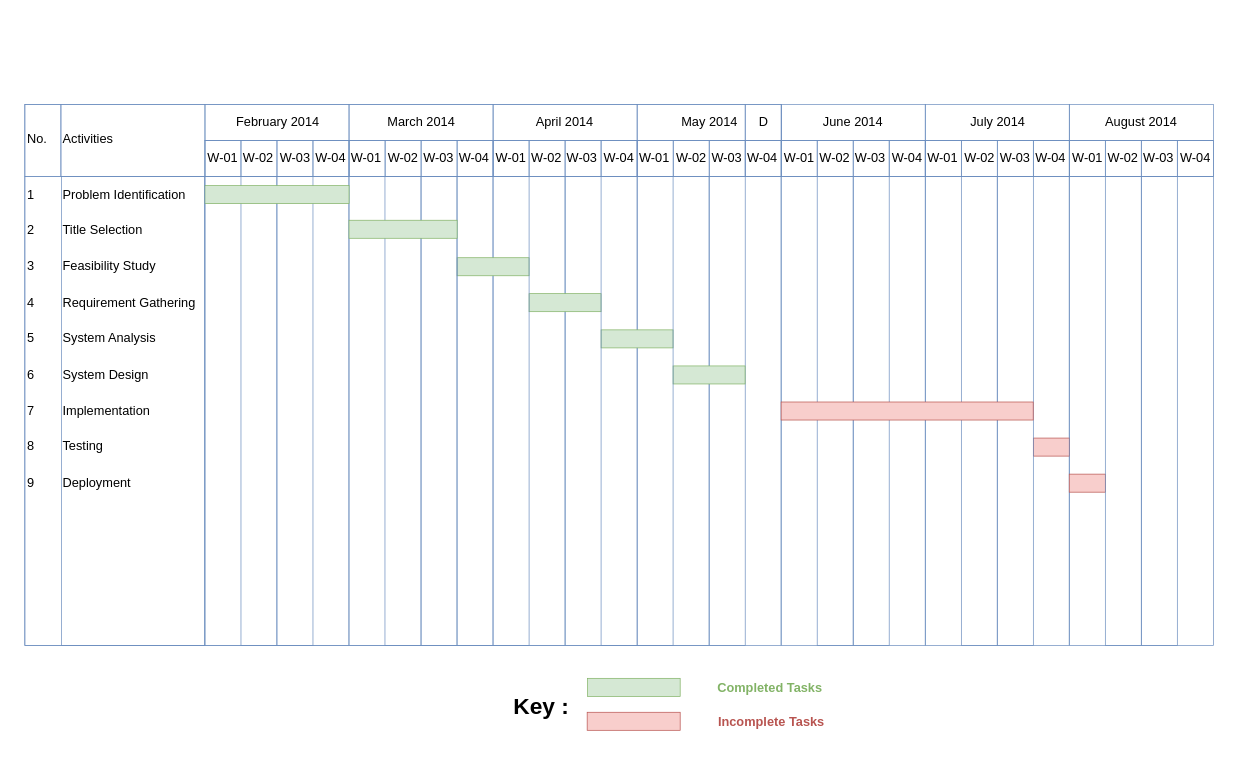
Earlier version of the draw.io diagram Gantt Chart Diagram.drawio (fasil712/UML_Diagram_Design). Source tidied: cells renumbered, new cells numbered last; positions are measured from the earlier drawing's top-left corner, leaving out a move shared by most shapes. Both pictures are drawn from the tidied source at 142%, with x=0, y=0 at pixel (24, 24).
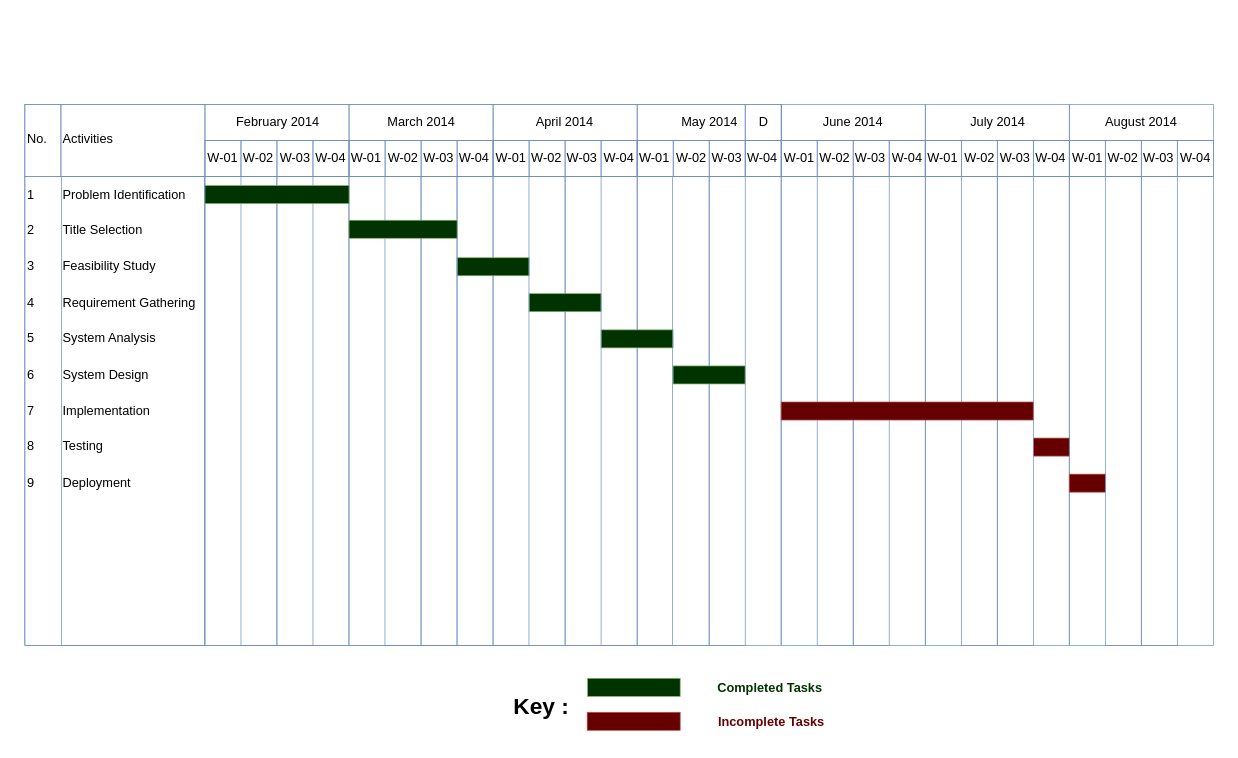
The same page after the edit.

The change refers to these unchanged cells:
```xml
<mxCell id="2" style="group;" parent="1" vertex="1">
  <mxGeometry width="837" height="499" as="geometry" />
</mxCell>
<mxCell id="3" style="group;fontSize=9;" parent="2" vertex="1">
  <mxGeometry y="56" width="837" height="381" as="geometry" />
</mxCell>
<mxCell id="4" style="group;fillColor=none;fontSize=9;" parent="3" vertex="1">
  <mxGeometry width="837" height="381" as="geometry" />
</mxCell>
<mxCell id="5" style="strokeWidth=0.5;shadow=0;dashed=0;align=left;html=1;shape=mxgraph.mockup.graphics.rrect;rSize=0;strokeColor=#6c8ebf;rounded=0;fontSize=9;fillColor=none;fontStyle=0;" parent="4" vertex="1">
  <mxGeometry width="507.3" height="381" as="geometry" />
</mxCell>
<mxCell id="101" style="group;" parent="2" vertex="1">
  <mxGeometry x="396" y="458" width="174.3" height="41" as="geometry" />
</mxCell>
```

Change to the diagram source:
```diff
@@
-    <mxCell id="22" style="strokeWidth=0.5;shadow=0;dashed=0;align=left;html=1;shape=mxgraph.mockup.graphics.rrect;rSize=0;strokeColor=#82b366;fillColor=#d5e8d4;rounded=0;fontSize=9;fontStyle=0;" parent="5" vertex="1">
+    <mxCell id="22" style="strokeWidth=0.5;shadow=0;dashed=0;align=left;html=1;shape=mxgraph.mockup.graphics.rrect;rSize=0;strokeColor=#82b366;fillColor=#003300;rounded=0;fontSize=9;fontStyle=0;" parent="5" vertex="1">
       <mxGeometry x="304.4" y="108" width="50.7" height="12.7" as="geometry" />
     </mxCell>
-    <mxCell id="23" style="strokeWidth=0.5;shadow=0;dashed=0;align=left;html=1;shape=mxgraph.mockup.graphics.rrect;rSize=0;strokeColor=#82b366;fillColor=#d5e8d4;rounded=0;fontSize=9;fontStyle=0;" parent="5" vertex="1">
+    <mxCell id="23" style="strokeWidth=0.5;shadow=0;dashed=0;align=left;html=1;shape=mxgraph.mockup.graphics.rrect;rSize=0;strokeColor=#82b366;fillColor=#003300;rounded=0;fontSize=9;fontStyle=0;" parent="5" vertex="1">
       <mxGeometry x="355.1" y="133.3" width="50.7" height="12.7" as="geometry" />
     </mxCell>
@@
-    <mxCell id="56" style="strokeWidth=0.5;shadow=0;dashed=0;align=left;html=1;shape=mxgraph.mockup.graphics.rrect;rSize=0;strokeColor=#82b366;fillColor=#d5e8d4;rounded=0;fontSize=9;fontStyle=0;" parent="4" vertex="1">
+    <mxCell id="56" style="strokeWidth=0.5;shadow=0;dashed=0;align=left;html=1;shape=mxgraph.mockup.graphics.rrect;rSize=0;strokeColor=#82b366;fillColor=#003300;rounded=0;fontSize=9;fontStyle=0;" parent="4" vertex="1">
       <mxGeometry x="405.8" y="158.8" width="50.7" height="12.7" as="geometry" />
     </mxCell>
-    <mxCell id="57" style="strokeWidth=0.5;shadow=0;dashed=0;align=left;html=1;shape=mxgraph.mockup.graphics.rrect;rSize=0;strokeColor=#82b366;fillColor=#d5e8d4;rounded=0;fontSize=9;fontStyle=0;" parent="4" vertex="1">
+    <mxCell id="57" style="strokeWidth=0.5;shadow=0;dashed=0;align=left;html=1;shape=mxgraph.mockup.graphics.rrect;rSize=0;strokeColor=#82b366;fillColor=#003300;rounded=0;fontSize=9;fontStyle=0;" parent="4" vertex="1">
       <mxGeometry x="456.5" y="184.2" width="50.7" height="12.7" as="geometry" />
     </mxCell>
-    <mxCell id="58" style="strokeWidth=0.5;shadow=0;dashed=0;align=left;html=1;shape=mxgraph.mockup.graphics.rrect;rSize=0;strokeColor=#b85450;fillColor=#f8cecc;rounded=0;fontSize=9;fontStyle=0;" parent="4" vertex="1">
+    <mxCell id="58" style="strokeWidth=0.5;shadow=0;dashed=0;align=left;html=1;shape=mxgraph.mockup.graphics.rrect;rSize=0;strokeColor=#b85450;fillColor=#660000;rounded=0;fontSize=9;fontStyle=0;" parent="4" vertex="1">
       <mxGeometry x="710.2" y="235" width="25.4" height="12.7" as="geometry" />
     </mxCell>
@@
-    <mxCell id="89" style="strokeWidth=0.5;shadow=0;dashed=0;align=left;html=1;shape=mxgraph.mockup.graphics.rrect;rSize=0;strokeColor=#b85450;fillColor=#f8cecc;rounded=0;fontSize=9;fontStyle=0;" parent="3" vertex="1">
+    <mxCell id="89" style="strokeWidth=0.5;shadow=0;dashed=0;align=left;html=1;shape=mxgraph.mockup.graphics.rrect;rSize=0;strokeColor=#b85450;fillColor=#660000;rounded=0;fontSize=9;fontStyle=0;" parent="3" vertex="1">
       <mxGeometry x="735.5" y="260.4" width="25.4" height="12.7" as="geometry" />
     </mxCell>
@@
     <mxCell id="92" style="strokeColor=#6c8ebf;fillColor=none;strokeWidth=0.5;shadow=0;dashed=0;align=left;html=1;shape=mxgraph.mockup.graphics.rrect;rSize=0;rounded=0;fontSize=9;fontStyle=0;" parent="3" vertex="1">
-      <mxGeometry x="304.4" y="50.8" width="50.7" height="330.2" as="geometry" />
+      <mxGeometry x="304.4" y="50.8" width="50.6" height="330.2" as="geometry" />
     </mxCell>
     <mxCell id="93" style="strokeColor=#6c8ebf;fillColor=none;strokeWidth=0.5;shadow=0;dashed=0;align=left;html=1;shape=mxgraph.mockup.graphics.rrect;rSize=0;rounded=0;fontSize=9;fontStyle=0;" parent="3" vertex="1">
-      <mxGeometry x="405.8" y="50.8" width="50.7" height="330.2" as="geometry" />
+      <mxGeometry x="405.8" y="50.8" width="50.2" height="330.2" as="geometry" />
     </mxCell>
@@
-    <mxCell id="97" style="strokeWidth=0.5;shadow=0;dashed=0;align=left;html=1;shape=mxgraph.mockup.graphics.rrect;rSize=0;strokeColor=#82b366;fillColor=#d5e8d4;rounded=0;fontSize=9;fontStyle=0;" parent="2" vertex="1">
+    <mxCell id="97" style="strokeWidth=0.5;shadow=0;dashed=0;align=left;html=1;shape=mxgraph.mockup.graphics.rrect;rSize=0;strokeColor=#82b366;fillColor=#003300;rounded=0;fontSize=9;fontStyle=0;" parent="2" vertex="1">
       <mxGeometry x="126.8" y="113.2" width="101.5" height="12.7" as="geometry" />
     </mxCell>
-    <mxCell id="98" style="strokeWidth=0.5;shadow=0;dashed=0;align=left;html=1;shape=mxgraph.mockup.graphics.rrect;rSize=0;strokeColor=#82b366;fillColor=#d5e8d4;rounded=0;fontSize=9;fontStyle=0;" parent="2" vertex="1">
+    <mxCell id="98" style="strokeWidth=0.5;shadow=0;dashed=0;align=left;html=1;shape=mxgraph.mockup.graphics.rrect;rSize=0;strokeColor=#82b366;fillColor=#003300;rounded=0;fontSize=9;fontStyle=0;" parent="2" vertex="1">
       <mxGeometry x="228.3" y="137.6" width="76.1" height="12.7" as="geometry" />
     </mxCell>
-    <mxCell id="99" style="strokeWidth=0.5;shadow=0;dashed=0;align=left;html=1;shape=mxgraph.mockup.graphics.rrect;rSize=0;strokeColor=#b85450;fillColor=#f8cecc;rounded=0;fontSize=9;fontStyle=0;" parent="2" vertex="1">
+    <mxCell id="99" style="strokeWidth=0.5;shadow=0;dashed=0;align=left;html=1;shape=mxgraph.mockup.graphics.rrect;rSize=0;strokeColor=#b85450;fillColor=#660000;rounded=0;fontSize=9;fontStyle=0;" parent="2" vertex="1">
       <mxGeometry x="532.6" y="265.6" width="177.5" height="12.7" as="geometry" />
     </mxCell>
@@
-    <mxCell id="102" style="strokeWidth=0.5;shadow=0;dashed=0;align=left;html=1;shape=mxgraph.mockup.graphics.rrect;rSize=0;strokeColor=#82b366;fillColor=#d5e8d4;rounded=0;fontSize=9;fontStyle=0;" parent="101" vertex="1">
+    <mxCell id="102" style="strokeWidth=0.5;shadow=0;dashed=0;align=left;html=1;shape=mxgraph.mockup.graphics.rrect;rSize=0;strokeColor=#82b366;fillColor=#003300;rounded=0;fontSize=9;fontStyle=0;" parent="101" vertex="1">
       <mxGeometry x="0.3" y="2.2" width="65.2" height="12.7" as="geometry" />
     </mxCell>
-    <mxCell id="103" style="strokeWidth=0.5;shadow=0;dashed=0;align=left;html=1;shape=mxgraph.mockup.graphics.rrect;rSize=0;strokeColor=#b85450;fillColor=#f8cecc;rounded=0;fontSize=9;fontStyle=0;" parent="101" vertex="1">
+    <mxCell id="103" style="strokeWidth=0.5;shadow=0;dashed=0;align=left;html=1;shape=mxgraph.mockup.graphics.rrect;rSize=0;strokeColor=#b85450;fillColor=#660000;rounded=0;fontSize=9;fontStyle=0;" parent="101" vertex="1">
       <mxGeometry y="26.1" width="65.5" height="12.7" as="geometry" />
     </mxCell>
-    <mxCell id="104" value="Completed Tasks" style="text;html=1;strokeColor=none;fillColor=none;align=center;verticalAlign=middle;whiteSpace=wrap;rounded=0;labelBackgroundColor=none;labelBorderColor=none;fontSize=9;fontStyle=1;fontColor=#82B366;" parent="101" vertex="1">
+    <mxCell id="104" value="&lt;font color=&quot;#003300&quot;&gt;Completed Tasks&lt;/font&gt;" style="text;html=1;strokeColor=none;fillColor=none;align=center;verticalAlign=middle;whiteSpace=wrap;rounded=0;labelBackgroundColor=none;labelBorderColor=none;fontSize=9;fontStyle=1;fontColor=#82B366;" parent="101" vertex="1">
       <mxGeometry x="82.5" width="91.8" height="17" as="geometry" />
     </mxCell>
-    <mxCell id="105" value="Incomplete Tasks" style="text;html=1;strokeColor=none;fillColor=none;align=center;verticalAlign=middle;whiteSpace=wrap;rounded=0;labelBackgroundColor=none;labelBorderColor=none;fontSize=9;fontStyle=1;fontColor=#B85450;" parent="101" vertex="1">
+    <mxCell id="105" value="Incomplete Tasks" style="text;html=1;strokeColor=none;fillColor=none;align=center;verticalAlign=middle;whiteSpace=wrap;rounded=0;labelBackgroundColor=none;labelBorderColor=none;fontSize=9;fontStyle=1;fontColor=#660000;" parent="101" vertex="1">
       <mxGeometry x="85.5" y="24" width="87.8" height="17" as="geometry" />
     </mxCell>
```
